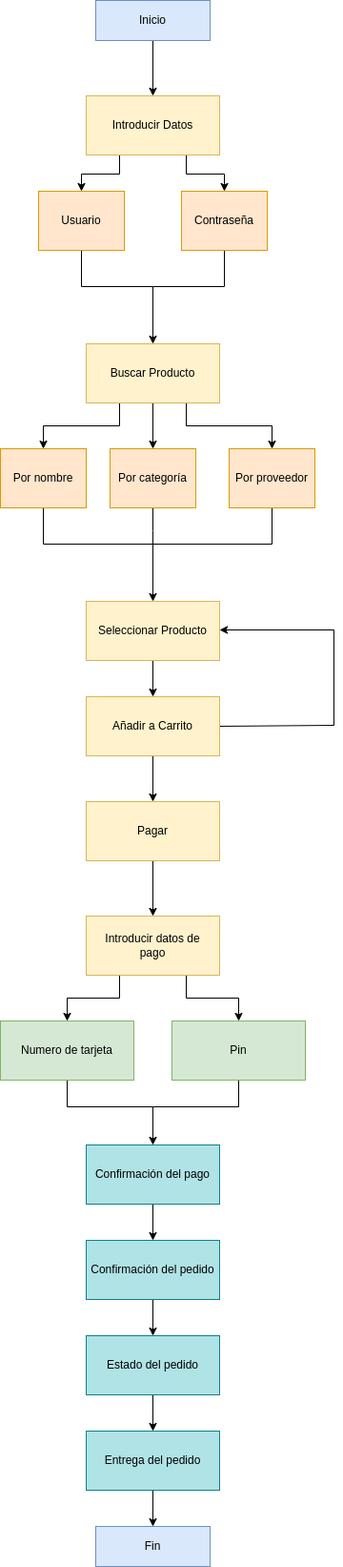
Before: ExamenDiagramaActividades2.png, a diagram exported from draw.io (PeterMartEsc/ETS). Source tidied: cells renumbered, new cells last; positions are measured from the earlier drawing's top-left corner, leaving out a move shared by most shapes.
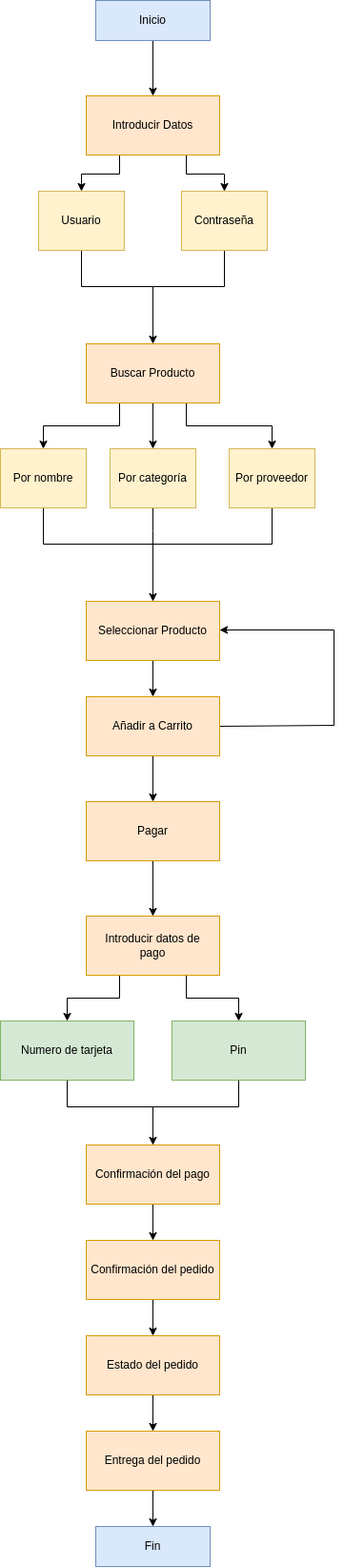
The same diagram one commit later.

Diff of the diagram source:
```diff
@@ -14,7 +14,7 @@
     <mxCell id="5" style="edgeStyle=orthogonalEdgeStyle;rounded=0;jettySize=auto;html=1;exitX=0.75;exitY=1;exitDx=0;exitDy=0;entryX=0.5;entryY=0;entryDx=0;entryDy=0;" parent="1" edge="1" source="6" target="10">
       <mxGeometry relative="1" as="geometry" />
     </mxCell>
-    <mxCell id="6" value="Introducir Datos" style="rounded=0;whiteSpace=wrap;html=1;fillColor=#fff2cc;strokeColor=#d6b656;" parent="1" vertex="1">
+    <mxCell id="6" value="Introducir Datos" style="rounded=0;whiteSpace=wrap;html=1;fillColor=#ffe6cc;strokeColor=#d79b00;" parent="1" vertex="1">
       <mxGeometry x="90" y="100" width="140" height="62" as="geometry" />
     </mxCell>
     <mxCell id="7" style="edgeStyle=orthogonalEdgeStyle;rounded=0;jettySize=auto;html=1;entryX=0.5;entryY=0;entryDx=0;entryDy=0;" parent="1" edge="1" source="8" target="14">
@@ -25,7 +25,7 @@
         </Array>
       </mxGeometry>
     </mxCell>
-    <mxCell id="8" value="Usuario" style="rounded=0;whiteSpace=wrap;html=1;fillColor=#ffe6cc;strokeColor=#d79b00;" parent="1" vertex="1">
+    <mxCell id="8" value="Usuario" style="rounded=0;whiteSpace=wrap;html=1;fillColor=#fff2cc;strokeColor=#d6b656;" parent="1" vertex="1">
       <mxGeometry x="40" y="200" width="90" height="62" as="geometry" />
     </mxCell>
     <mxCell id="9" style="edgeStyle=orthogonalEdgeStyle;rounded=0;jettySize=auto;html=1;exitX=0.5;exitY=1;exitDx=0;exitDy=0;endArrow=none;endFill=0;" parent="1" edge="1" source="10">
@@ -36,7 +36,7 @@
         </Array>
       </mxGeometry>
     </mxCell>
-    <mxCell id="10" value="Contraseña" style="rounded=0;whiteSpace=wrap;html=1;fillColor=#ffe6cc;strokeColor=#d79b00;" parent="1" vertex="1">
+    <mxCell id="10" value="Contraseña" style="rounded=0;whiteSpace=wrap;html=1;fillColor=#fff2cc;strokeColor=#d6b656;" parent="1" vertex="1">
       <mxGeometry x="190" y="200" width="90" height="62" as="geometry" />
     </mxCell>
     <mxCell id="11" style="edgeStyle=orthogonalEdgeStyle;rounded=0;jettySize=auto;html=1;exitX=0.25;exitY=1;exitDx=0;exitDy=0;entryX=0.5;entryY=0;entryDx=0;entryDy=0;" parent="1" edge="1" source="14" target="16">
@@ -48,7 +48,7 @@
     <mxCell id="13" style="edgeStyle=orthogonalEdgeStyle;rounded=0;jettySize=auto;html=1;exitX=0.75;exitY=1;exitDx=0;exitDy=0;entryX=0.5;entryY=0;entryDx=0;entryDy=0;" parent="1" edge="1" source="14" target="20">
       <mxGeometry relative="1" as="geometry" />
     </mxCell>
-    <mxCell id="14" value="Buscar Producto" style="rounded=0;whiteSpace=wrap;html=1;fillColor=#fff2cc;strokeColor=#d6b656;" parent="1" vertex="1">
+    <mxCell id="14" value="Buscar Producto" style="rounded=0;whiteSpace=wrap;html=1;fillColor=#ffe6cc;strokeColor=#d79b00;" parent="1" vertex="1">
       <mxGeometry x="90" y="360" width="140" height="62" as="geometry" />
     </mxCell>
     <mxCell id="15" style="edgeStyle=orthogonalEdgeStyle;rounded=0;jettySize=auto;html=1;exitX=0.5;exitY=1;exitDx=0;exitDy=0;entryX=0.5;entryY=0;entryDx=0;entryDy=0;" parent="1" edge="1" source="16" target="22">
@@ -59,7 +59,7 @@
         </Array>
       </mxGeometry>
     </mxCell>
-    <mxCell id="16" value="Por nombre" style="rounded=0;whiteSpace=wrap;html=1;fillColor=#ffe6cc;strokeColor=#d79b00;" parent="1" vertex="1">
+    <mxCell id="16" value="Por nombre" style="rounded=0;whiteSpace=wrap;html=1;fillColor=#fff2cc;strokeColor=#d6b656;" parent="1" vertex="1">
       <mxGeometry y="470" width="90" height="62" as="geometry" />
     </mxCell>
     <mxCell id="17" style="edgeStyle=orthogonalEdgeStyle;rounded=0;jettySize=auto;html=1;exitX=0.5;exitY=1;exitDx=0;exitDy=0;endArrow=none;endFill=0;" parent="1" edge="1" source="18">
@@ -67,7 +67,7 @@
         <mxPoint x="160" y="580" as="targetPoint" />
       </mxGeometry>
     </mxCell>
-    <mxCell id="18" value="Por categoría" style="rounded=0;whiteSpace=wrap;html=1;fillColor=#ffe6cc;strokeColor=#d79b00;" parent="1" vertex="1">
+    <mxCell id="18" value="Por categoría" style="rounded=0;whiteSpace=wrap;html=1;fillColor=#fff2cc;strokeColor=#d6b656;" parent="1" vertex="1">
       <mxGeometry x="115" y="470" width="90" height="62" as="geometry" />
     </mxCell>
     <mxCell id="19" style="edgeStyle=orthogonalEdgeStyle;rounded=0;jettySize=auto;html=1;exitX=0.5;exitY=1;exitDx=0;exitDy=0;endArrow=none;endFill=0;" parent="1" edge="1" source="20">
@@ -79,13 +79,13 @@
         </Array>
       </mxGeometry>
     </mxCell>
-    <mxCell id="20" value="Por proveedor" style="rounded=0;whiteSpace=wrap;html=1;fillColor=#ffe6cc;strokeColor=#d79b00;" parent="1" vertex="1">
+    <mxCell id="20" value="Por proveedor" style="rounded=0;whiteSpace=wrap;html=1;fillColor=#fff2cc;strokeColor=#d6b656;" parent="1" vertex="1">
       <mxGeometry x="240" y="470" width="90" height="62" as="geometry" />
     </mxCell>
     <mxCell id="21" style="edgeStyle=orthogonalEdgeStyle;rounded=0;jettySize=auto;html=1;exitX=0.5;exitY=1;exitDx=0;exitDy=0;entryX=0.5;entryY=0;entryDx=0;entryDy=0;" parent="1" edge="1" source="22" target="25">
       <mxGeometry relative="1" as="geometry" />
     </mxCell>
-    <mxCell id="22" value="Seleccionar Producto" style="rounded=0;whiteSpace=wrap;html=1;fillColor=#fff2cc;strokeColor=#d6b656;" parent="1" vertex="1">
+    <mxCell id="22" value="Seleccionar Producto" style="rounded=0;whiteSpace=wrap;html=1;fillColor=#ffe6cc;strokeColor=#d79b00;" parent="1" vertex="1">
       <mxGeometry x="90" y="630" width="140" height="62" as="geometry" />
     </mxCell>
     <mxCell id="23" style="edgeStyle=orthogonalEdgeStyle;rounded=0;jettySize=auto;html=1;exitX=0.5;exitY=1;exitDx=0;exitDy=0;entryX=0.5;entryY=0;entryDx=0;entryDy=0;" parent="1" edge="1" source="25" target="27">
@@ -99,13 +99,13 @@
         </Array>
       </mxGeometry>
     </mxCell>
-    <mxCell id="25" value="Añadir a Carrito" style="rounded=0;whiteSpace=wrap;html=1;fillColor=#fff2cc;strokeColor=#d6b656;" parent="1" vertex="1">
+    <mxCell id="25" value="Añadir a Carrito" style="rounded=0;whiteSpace=wrap;html=1;fillColor=#ffe6cc;strokeColor=#d79b00;" parent="1" vertex="1">
       <mxGeometry x="90" y="730" width="140" height="62" as="geometry" />
     </mxCell>
     <mxCell id="26" style="edgeStyle=orthogonalEdgeStyle;rounded=0;jettySize=auto;html=1;exitX=0.5;exitY=1;exitDx=0;exitDy=0;entryX=0.5;entryY=0;entryDx=0;entryDy=0;" parent="1" edge="1" source="27" target="30">
       <mxGeometry relative="1" as="geometry" />
     </mxCell>
-    <mxCell id="27" value="Pagar" style="rounded=0;whiteSpace=wrap;html=1;fillColor=#fff2cc;strokeColor=#d6b656;" parent="1" vertex="1">
+    <mxCell id="27" value="Pagar" style="rounded=0;whiteSpace=wrap;html=1;fillColor=#ffe6cc;strokeColor=#d79b00;" parent="1" vertex="1">
       <mxGeometry x="90" y="840" width="140" height="62" as="geometry" />
     </mxCell>
     <mxCell id="28" style="edgeStyle=orthogonalEdgeStyle;rounded=0;jettySize=auto;html=1;exitX=0.25;exitY=1;exitDx=0;exitDy=0;entryX=0.5;entryY=0;entryDx=0;entryDy=0;" parent="1" edge="1" source="30" target="32">
@@ -114,7 +114,7 @@
     <mxCell id="29" style="edgeStyle=orthogonalEdgeStyle;rounded=0;jettySize=auto;html=1;exitX=0.75;exitY=1;exitDx=0;exitDy=0;entryX=0.5;entryY=0;entryDx=0;entryDy=0;" parent="1" edge="1" source="30" target="34">
       <mxGeometry relative="1" as="geometry" />
     </mxCell>
-    <mxCell id="30" value="Introducir datos de &lt;br&gt;pago" style="rounded=0;whiteSpace=wrap;html=1;fillColor=#fff2cc;strokeColor=#d6b656;" parent="1" vertex="1">
+    <mxCell id="30" value="Introducir datos de &lt;br&gt;pago" style="rounded=0;whiteSpace=wrap;html=1;fillColor=#ffe6cc;strokeColor=#d79b00;" parent="1" vertex="1">
       <mxGeometry x="90" y="960" width="140" height="62" as="geometry" />
     </mxCell>
     <mxCell id="31" style="edgeStyle=orthogonalEdgeStyle;rounded=0;jettySize=auto;html=1;exitX=0.5;exitY=1;exitDx=0;exitDy=0;entryX=0.5;entryY=0;entryDx=0;entryDy=0;" parent="1" edge="1" source="32" target="36">
@@ -142,25 +142,25 @@
     <mxCell id="35" style="edgeStyle=orthogonalEdgeStyle;rounded=0;jettySize=auto;html=1;exitX=0.5;exitY=1;exitDx=0;exitDy=0;entryX=0.5;entryY=0;entryDx=0;entryDy=0;" parent="1" edge="1" source="36" target="38">
       <mxGeometry relative="1" as="geometry" />
     </mxCell>
-    <mxCell id="36" value="Confirmación del pago" style="rounded=0;whiteSpace=wrap;html=1;fillColor=#b0e3e6;strokeColor=#0e8088;" parent="1" vertex="1">
+    <mxCell id="36" value="Confirmación del pago" style="rounded=0;whiteSpace=wrap;html=1;fillColor=#ffe6cc;strokeColor=#d79b00;" parent="1" vertex="1">
       <mxGeometry x="90" y="1200" width="140" height="62" as="geometry" />
     </mxCell>
     <mxCell id="37" style="edgeStyle=orthogonalEdgeStyle;rounded=0;jettySize=auto;html=1;exitX=0.5;exitY=1;exitDx=0;exitDy=0;entryX=0.5;entryY=0;entryDx=0;entryDy=0;" parent="1" edge="1" source="38" target="40">
       <mxGeometry relative="1" as="geometry" />
     </mxCell>
-    <mxCell id="38" value="Confirmación del pedido" style="rounded=0;whiteSpace=wrap;html=1;fillColor=#b0e3e6;strokeColor=#0e8088;" parent="1" vertex="1">
+    <mxCell id="38" value="Confirmación del pedido" style="rounded=0;whiteSpace=wrap;html=1;fillColor=#ffe6cc;strokeColor=#d79b00;" parent="1" vertex="1">
       <mxGeometry x="90" y="1300" width="140" height="62" as="geometry" />
     </mxCell>
     <mxCell id="39" style="edgeStyle=orthogonalEdgeStyle;rounded=0;jettySize=auto;html=1;exitX=0.5;exitY=1;exitDx=0;exitDy=0;entryX=0.5;entryY=0;entryDx=0;entryDy=0;" parent="1" edge="1" source="40" target="42">
       <mxGeometry relative="1" as="geometry" />
     </mxCell>
-    <mxCell id="40" value="Estado del pedido" style="rounded=0;whiteSpace=wrap;html=1;fillColor=#b0e3e6;strokeColor=#0e8088;" parent="1" vertex="1">
+    <mxCell id="40" value="Estado del pedido" style="rounded=0;whiteSpace=wrap;html=1;fillColor=#ffe6cc;strokeColor=#d79b00;" parent="1" vertex="1">
       <mxGeometry x="90" y="1400" width="140" height="62" as="geometry" />
     </mxCell>
     <mxCell id="41" style="edgeStyle=orthogonalEdgeStyle;rounded=0;jettySize=auto;html=1;exitX=0.5;exitY=1;exitDx=0;exitDy=0;entryX=0.5;entryY=0;entryDx=0;entryDy=0;" parent="1" edge="1" source="42" target="43">
       <mxGeometry relative="1" as="geometry" />
     </mxCell>
-    <mxCell id="42" value="Entrega del pedido" style="rounded=0;whiteSpace=wrap;html=1;fillColor=#b0e3e6;strokeColor=#0e8088;" parent="1" vertex="1">
+    <mxCell id="42" value="Entrega del pedido" style="rounded=0;whiteSpace=wrap;html=1;fillColor=#ffe6cc;strokeColor=#d79b00;" parent="1" vertex="1">
       <mxGeometry x="90" y="1500" width="140" height="62" as="geometry" />
     </mxCell>
     <mxCell id="43" value="Fin" style="rounded=0;whiteSpace=wrap;html=1;fillColor=#dae8fc;strokeColor=#6c8ebf;" parent="1" vertex="1">
```
